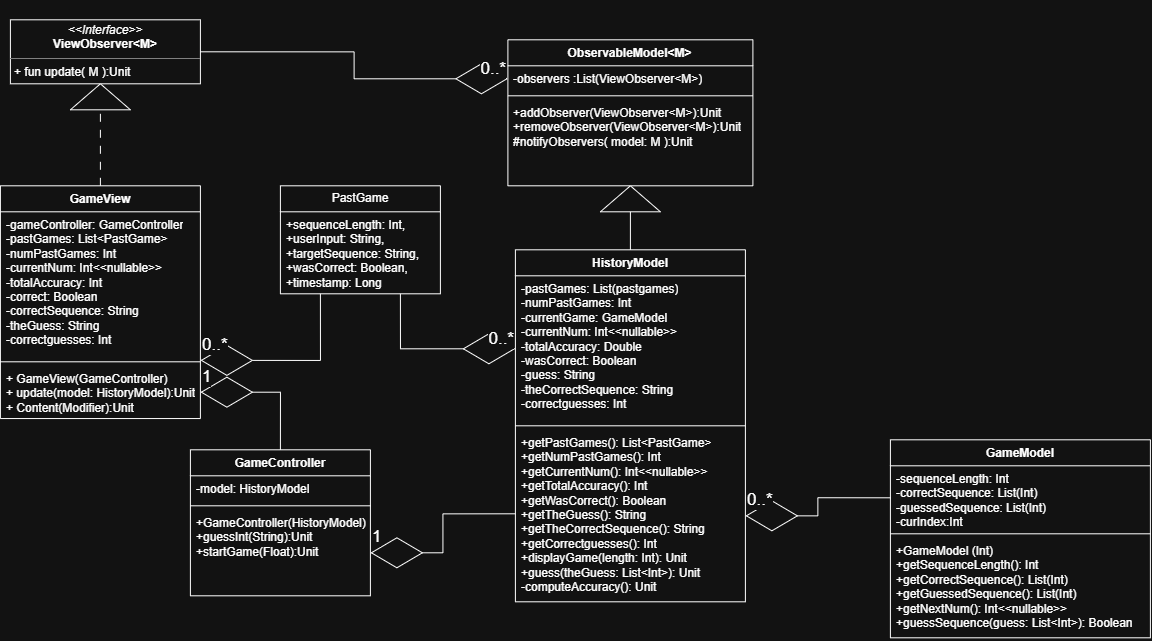
Above: sjhallid-RapidRecall/doc/RapidRecall.drawio.png in sjhallid-blip/a1 (draw.io), before the change. Source tidied: cells renumbered, new cells last; positions are measured from the earlier drawing's top-left corner, leaving out a move shared by most shapes.
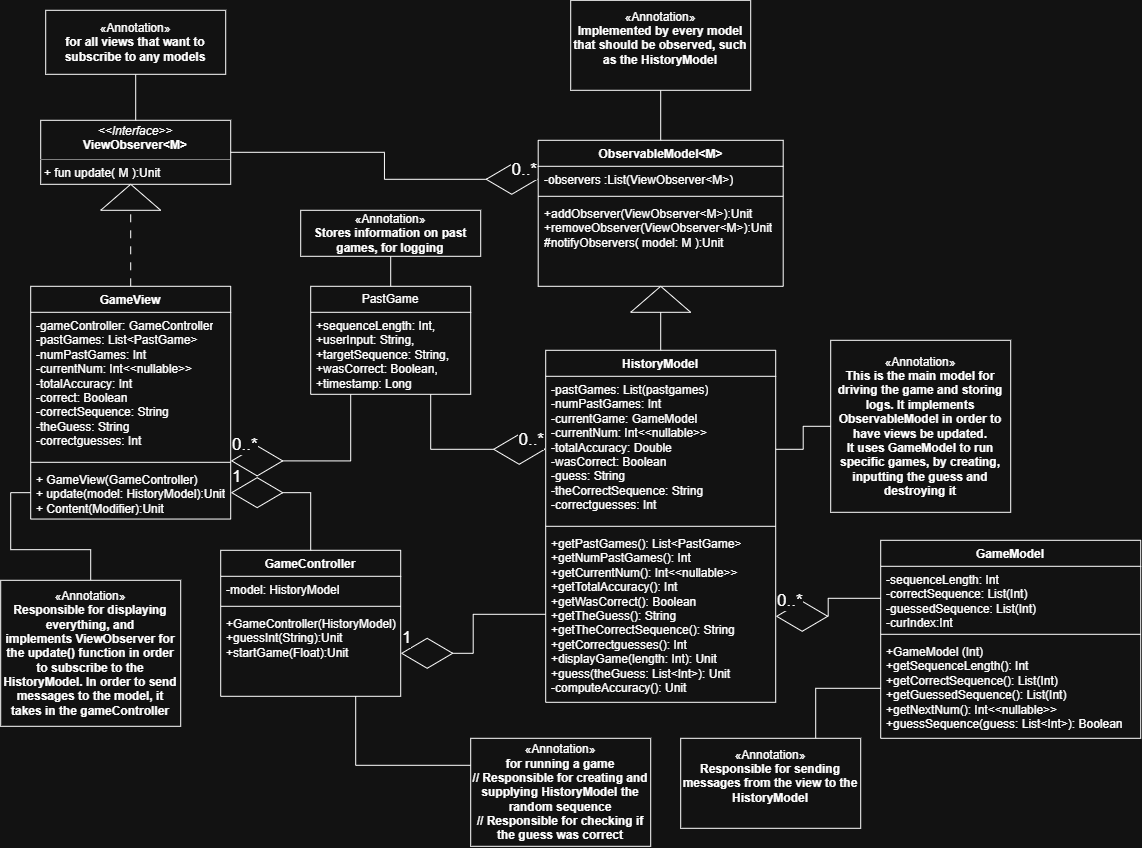
Above is the later version.

Commit message:
Added comments to UML

The edit, as a diff of the source:
```diff
@@ -30,7 +30,7 @@
       <mxGeometry x="10" width="190" height="64" as="geometry" />
     </mxCell>
     <mxCell id="11" value="GameModel" style="swimlane;fontStyle=1;align=center;verticalAlign=top;horizontal=1;startSize=26;whiteSpace=wrap;html=1;" parent="1" vertex="1">
-      <mxGeometry x="890" y="420" width="260" height="198" as="geometry" />
+      <mxGeometry x="850" y="420" width="260" height="198" as="geometry" />
     </mxCell>
     <mxCell id="12" value="-sequenceLength: Int&lt;div&gt;-correctSequence: List(Int)&lt;/div&gt;&lt;div&gt;-guessedSequence: List(Int)&lt;/div&gt;&lt;div&gt;-curIndex:Int&lt;/div&gt;" style="text;strokeColor=none;fillColor=none;align=left;verticalAlign=top;spacingLeft=4;spacingRight=4;overflow=hidden;points=[[0,0.5],[1,0.5]];portConstraint=eastwest;whiteSpace=wrap;html=1;" parent="11" vertex="1">
       <mxGeometry y="26" width="260" height="64" as="geometry" />
@@ -101,5 +101,47 @@
     <mxCell id="34" value="&lt;font style=&quot;font-size: 17px;&quot;&gt;1&lt;/font&gt;" style="endArrow=none;html=1;endSize=30;startArrow=diamondThin;startSize=50;startFill=0;edgeStyle=orthogonalEdgeStyle;align=left;verticalAlign=bottom;rounded=0;exitX=1;exitY=0.5;exitDx=0;exitDy=0;endFill=0;entryX=0;entryY=0.75;entryDx=0;entryDy=0;" parent="1" edge="1" source="24" target="6">
       <mxGeometry x="-1" y="3" relative="1" as="geometry" />
     </mxCell>
+    <mxCell id="35" style="edgeStyle=orthogonalEdgeStyle;rounded=0;jettySize=auto;html=1;exitX=0.5;exitY=0;exitDx=0;exitDy=0;entryX=0;entryY=0.5;entryDx=0;entryDy=0;endArrow=none;endFill=0;" parent="1" edge="1" source="36" target="5">
+      <mxGeometry relative="1" as="geometry" />
+    </mxCell>
+    <mxCell id="36" value="«Annotation»&lt;br&gt;&lt;div&gt;&lt;b&gt;Responsible for displaying everything, and implements&amp;nbsp;&lt;/b&gt;&lt;b style=&quot;background-color: transparent; color: light-dark(rgb(0, 0, 0), rgb(255, 255, 255));&quot;&gt;ViewObserver for the update() function in order to subscribe to the HistoryModel.&amp;nbsp;&lt;/b&gt;&lt;b style=&quot;background-color: transparent; color: light-dark(rgb(0, 0, 0), rgb(255, 255, 255));&quot;&gt;In order to send messages to the model, it takes in the gameController&lt;/b&gt;&lt;/div&gt;" style="html=1;whiteSpace=wrap;" parent="1" vertex="1">
+      <mxGeometry x="-30" y="460" width="180" height="146" as="geometry" />
+    </mxCell>
+    <mxCell id="37" style="edgeStyle=orthogonalEdgeStyle;rounded=0;jettySize=auto;html=1;exitX=0.5;exitY=1;exitDx=0;exitDy=0;entryX=0.5;entryY=0;entryDx=0;entryDy=0;endArrow=none;endFill=0;" parent="1" edge="1" source="38" target="10">
+      <mxGeometry relative="1" as="geometry" />
+    </mxCell>
+    <mxCell id="38" value="«Annotation»&lt;br&gt;&lt;div&gt;&lt;b&gt;for all views that want to subscribe to any models&lt;/b&gt;&lt;/div&gt;" style="html=1;whiteSpace=wrap;" parent="1" vertex="1">
+      <mxGeometry x="15" y="-110" width="180" height="64" as="geometry" />
+    </mxCell>
+    <mxCell id="39" style="edgeStyle=orthogonalEdgeStyle;rounded=0;jettySize=auto;html=1;exitX=0;exitY=0.5;exitDx=0;exitDy=0;entryX=1;entryY=0.5;entryDx=0;entryDy=0;endArrow=none;endFill=0;" parent="1" edge="1" source="40" target="7">
+      <mxGeometry relative="1" as="geometry" />
+    </mxCell>
+    <mxCell id="40" value="«Annotation»&lt;br&gt;&lt;div&gt;&lt;b&gt;This is the main model for driving the game and storing logs.&amp;nbsp;&lt;/b&gt;&lt;b style=&quot;background-color: transparent; color: light-dark(rgb(0, 0, 0), rgb(255, 255, 255));&quot;&gt;It implements ObservableModel in order to have views be updated.&lt;/b&gt;&lt;/div&gt;&lt;div&gt;&lt;b&gt;It uses GameModel to run specific games, by creating, inputting the guess and destroying it&lt;/b&gt;&lt;/div&gt;" style="html=1;whiteSpace=wrap;" parent="1" vertex="1">
+      <mxGeometry x="800" y="220" width="180" height="172" as="geometry" />
+    </mxCell>
+    <mxCell id="41" style="edgeStyle=orthogonalEdgeStyle;rounded=0;jettySize=auto;html=1;exitX=0.5;exitY=1;exitDx=0;exitDy=0;entryX=0.5;entryY=0;entryDx=0;entryDy=0;endArrow=none;endFill=0;" parent="1" edge="1" source="42" target="15">
+      <mxGeometry relative="1" as="geometry" />
+    </mxCell>
+    <mxCell id="42" value="«Annotation»&lt;br&gt;&lt;b&gt;Stores information on past games, for logging&lt;/b&gt;" style="html=1;whiteSpace=wrap;" parent="1" vertex="1">
+      <mxGeometry x="270" y="90" width="180" height="46" as="geometry" />
+    </mxCell>
+    <mxCell id="43" style="edgeStyle=orthogonalEdgeStyle;rounded=0;jettySize=auto;html=1;exitX=0;exitY=0.25;exitDx=0;exitDy=0;entryX=0.75;entryY=1;entryDx=0;entryDy=0;endArrow=none;endFill=0;" parent="1" edge="1" source="44" target="21">
+      <mxGeometry relative="1" as="geometry" />
+    </mxCell>
+    <mxCell id="44" value="«Annotation»&lt;br&gt;&lt;div&gt;&lt;b&gt;for running a game&lt;/b&gt;&lt;/div&gt;&lt;div&gt;&lt;b&gt;// Responsible for creating and supplying HistoryModel the random sequence&lt;/b&gt;&lt;/div&gt;&lt;div&gt;&lt;b&gt;// Responsible for checking if the guess was correct&lt;/b&gt;&lt;/div&gt;" style="html=1;whiteSpace=wrap;" parent="1" vertex="1">
+      <mxGeometry x="440" y="618" width="180" height="108" as="geometry" />
+    </mxCell>
+    <mxCell id="45" style="edgeStyle=orthogonalEdgeStyle;rounded=0;jettySize=auto;html=1;exitX=0.5;exitY=1;exitDx=0;exitDy=0;entryX=0.5;entryY=0;entryDx=0;entryDy=0;endArrow=none;endFill=0;" parent="1" edge="1" source="46" target="17">
+      <mxGeometry relative="1" as="geometry" />
+    </mxCell>
+    <mxCell id="46" value="«Annotation»&lt;br&gt;&lt;div&gt;&lt;b&gt;Implemented by every model that should be observed, such as the HistoryModel&lt;/b&gt;&lt;/div&gt;&lt;div&gt;&lt;br&gt;&lt;/div&gt;" style="html=1;whiteSpace=wrap;" parent="1" vertex="1">
+      <mxGeometry x="540" y="-120" width="180" height="90" as="geometry" />
+    </mxCell>
+    <mxCell id="47" style="edgeStyle=orthogonalEdgeStyle;rounded=0;jettySize=auto;html=1;exitX=0.75;exitY=0;exitDx=0;exitDy=0;entryX=0;entryY=0.5;entryDx=0;entryDy=0;endArrow=none;endFill=0;" parent="1" edge="1" source="48" target="14">
+      <mxGeometry relative="1" as="geometry" />
+    </mxCell>
+    <mxCell id="48" value="«Annotation»&lt;br&gt;&lt;div&gt;&lt;b&gt;Responsible for sending messages from the view to the HistoryModel&lt;/b&gt;&lt;/div&gt;&lt;div&gt;&lt;br&gt;&lt;/div&gt;" style="html=1;whiteSpace=wrap;" parent="1" vertex="1">
+      <mxGeometry x="650" y="618" width="180" height="90" as="geometry" />
+    </mxCell>
   </root>
 </mxGraphModel>
```
